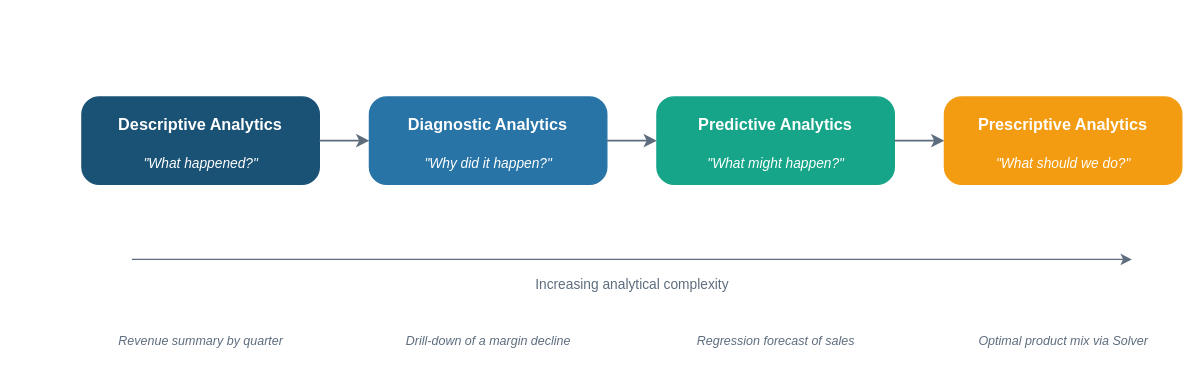
Before: visuals/src/fig-01-01-analytics-continuum.drawio in mmcodesso/Accounting_Analytics_Book, a draw.io diagram. Source tidied: cells renumbered, new cells numbered last; positions are measured from the earlier drawing's top-left corner, leaving out a move shared by most shapes. Both pictures are drawn from the tidied source at 125%, with x=0, y=0 at pixel (81, 96).
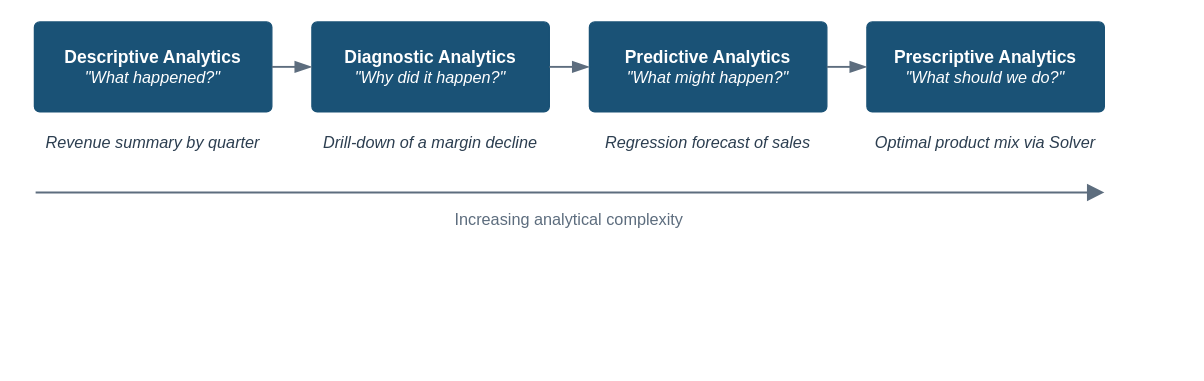
The same page after the edit.

Change to the diagram source:
```diff
@@
-<mxGraphModel>
+<mxGraphModel background="#FFFFFF">
   <root>
     <mxCell id="0" />
     <mxCell id="1" parent="0" />
-    <mxCell id="2" value="Descriptive Analytics" style="rounded=1;whiteSpace=wrap;html=1;fillColor=#1A5276;fontColor=#FFFFFF;strokeColor=#1A5276;fontSize=13;fontStyle=1;fontFamily=Arial;arcSize=20;verticalAlign=top;spacingTop=8;" parent="1" vertex="1">
-      <mxGeometry width="190" height="70" as="geometry" />
-    </mxCell>
-    <mxCell id="3" value="&quot;What happened?&quot;" style="text;html=1;align=center;verticalAlign=middle;fontColor=#FFFFFF;fontSize=11;fontStyle=2;fontFamily=Arial;" parent="2" vertex="1">
-      <mxGeometry x="20" y="38" width="150" height="30" as="geometry" />
-    </mxCell>
-    <mxCell id="4" style="edgeStyle=orthogonalEdgeStyle;rounded=0;jettySize=auto;exitX=1;exitY=0.5;exitDx=0;exitDy=0;entryX=0;entryY=0.5;entryDx=0;entryDy=0;strokeColor=#5D6D7E;strokeWidth=1.5;" parent="1" edge="1" source="2" target="5">
-      <mxGeometry relative="1" as="geometry" />
-    </mxCell>
-    <mxCell id="5" value="Diagnostic Analytics" style="rounded=1;whiteSpace=wrap;html=1;fillColor=#2874A6;fontColor=#FFFFFF;strokeColor=#2874A6;fontSize=13;fontStyle=1;fontFamily=Arial;arcSize=20;verticalAlign=top;spacingTop=8;" parent="1" vertex="1">
-      <mxGeometry x="230" width="190" height="70" as="geometry" />
-    </mxCell>
-    <mxCell id="6" value="&quot;Why did it happen?&quot;" style="text;html=1;align=center;verticalAlign=middle;fontColor=#FFFFFF;fontSize=11;fontStyle=2;fontFamily=Arial;" parent="5" vertex="1">
-      <mxGeometry x="20" y="38" width="150" height="30" as="geometry" />
-    </mxCell>
-    <mxCell id="7" style="edgeStyle=orthogonalEdgeStyle;rounded=0;jettySize=auto;exitX=1;exitY=0.5;exitDx=0;exitDy=0;entryX=0;entryY=0.5;entryDx=0;entryDy=0;strokeColor=#5D6D7E;strokeWidth=1.5;" parent="1" edge="1" source="5" target="8">
-      <mxGeometry relative="1" as="geometry" />
-    </mxCell>
-    <mxCell id="8" value="Predictive Analytics" style="rounded=1;whiteSpace=wrap;html=1;fillColor=#17A589;fontColor=#FFFFFF;strokeColor=#17A589;fontSize=13;fontStyle=1;fontFamily=Arial;arcSize=20;verticalAlign=top;spacingTop=8;" parent="1" vertex="1">
-      <mxGeometry x="460" width="190" height="70" as="geometry" />
-    </mxCell>
-    <mxCell id="9" value="&quot;What might happen?&quot;" style="text;html=1;align=center;verticalAlign=middle;fontColor=#FFFFFF;fontSize=11;fontStyle=2;fontFamily=Arial;" parent="8" vertex="1">
-      <mxGeometry x="10" y="38" width="170" height="30" as="geometry" />
-    </mxCell>
-    <mxCell id="10" style="edgeStyle=orthogonalEdgeStyle;rounded=0;jettySize=auto;exitX=1;exitY=0.5;exitDx=0;exitDy=0;entryX=0;entryY=0.5;entryDx=0;entryDy=0;strokeColor=#5D6D7E;strokeWidth=1.5;" parent="1" edge="1" source="8" target="11">
-      <mxGeometry relative="1" as="geometry" />
-    </mxCell>
-    <mxCell id="11" value="Prescriptive Analytics" style="rounded=1;whiteSpace=wrap;html=1;fillColor=#F39C12;fontColor=#FFFFFF;strokeColor=#F39C12;fontSize=13;fontStyle=1;fontFamily=Arial;arcSize=20;verticalAlign=top;spacingTop=8;" parent="1" vertex="1">
-      <mxGeometry x="690" width="190" height="70" as="geometry" />
-    </mxCell>
-    <mxCell id="12" value="&quot;What should we do?&quot;" style="text;html=1;align=center;verticalAlign=middle;fontColor=#FFFFFF;fontSize=11;fontStyle=2;fontFamily=Arial;" parent="11" vertex="1">
-      <mxGeometry x="10" y="38" width="170" height="30" as="geometry" />
-    </mxCell>
-    <mxCell id="13" style="endArrow=classic;html=1;strokeColor=#5D6D7E;strokeWidth=1;exitX=0;exitY=0.5;exitDx=0;exitDy=0;" parent="1" edge="1">
-      <mxGeometry relative="1" as="geometry">
-        <mxPoint x="40" y="130" as="sourcePoint" />
-        <mxPoint x="840" y="130" as="targetPoint" />
-      </mxGeometry>
-    </mxCell>
+    <mxCell id="19" style="rounded=0;html=1;fillColor=none;strokeColor=none;" parent="1" vertex="1">
+      <mxGeometry x="-40" y="-60" width="860" height="166" as="geometry" />
+    </mxCell>
+    <mxCell id="20" value="&lt;font style=&quot;font-size:14px&quot;&gt;&lt;b&gt;Descriptive Analytics&lt;/b&gt;&lt;/font&gt;&lt;br&gt;&lt;font color=&quot;#FFFFFF&quot;&gt;&lt;i&gt;&quot;What happened?&quot;&lt;/i&gt;&lt;/font&gt;" style="rounded=1;arcSize=6;whiteSpace=wrap;html=1;fillColor=#1A5276;strokeColor=#1A5276;strokeWidth=1;fontColor=#FFFFFF;fontSize=13;fontStyle=0;align=center;verticalAlign=middle;fontFamily=Helvetica;spacingLeft=6;spacingRight=6;" parent="1" vertex="1">
+      <mxGeometry x="-38" y="-60" width="190" height="72" as="geometry" />
+    </mxCell>
+    <mxCell id="15" value="&lt;i&gt;Revenue summary by quarter&lt;/i&gt;" style="text;html=1;whiteSpace=wrap;align=center;verticalAlign=top;fontSize=13;fontColor=#2C3E50;fontStyle=0;fontFamily=Helvetica;spacing=2;fillColor=none;strokeColor=none;" parent="1" vertex="1">
+      <mxGeometry x="-38" y="22" width="190" height="36" as="geometry" />
+    </mxCell>
+    <mxCell id="21" value="&lt;font style=&quot;font-size:14px&quot;&gt;&lt;b&gt;Diagnostic Analytics&lt;/b&gt;&lt;/font&gt;&lt;br&gt;&lt;font color=&quot;#FFFFFF&quot;&gt;&lt;i&gt;&quot;Why did it happen?&quot;&lt;/i&gt;&lt;/font&gt;" style="rounded=1;arcSize=6;whiteSpace=wrap;html=1;fillColor=#1A5276;strokeColor=#1A5276;strokeWidth=1;fontColor=#FFFFFF;fontSize=13;fontStyle=0;align=center;verticalAlign=middle;fontFamily=Helvetica;spacingLeft=6;spacingRight=6;" parent="1" vertex="1">
+      <mxGeometry x="184" y="-60" width="190" height="72" as="geometry" />
+    </mxCell>
+    <mxCell id="16" value="&lt;i&gt;Drill-down of a margin decline&lt;/i&gt;" style="text;html=1;whiteSpace=wrap;align=center;verticalAlign=top;fontSize=13;fontColor=#2C3E50;fontStyle=0;fontFamily=Helvetica;spacing=2;fillColor=none;strokeColor=none;" parent="1" vertex="1">
+      <mxGeometry x="184" y="22" width="190" height="36" as="geometry" />
+    </mxCell>
+    <mxCell id="22" value="&lt;font style=&quot;font-size:14px&quot;&gt;&lt;b&gt;Predictive Analytics&lt;/b&gt;&lt;/font&gt;&lt;br&gt;&lt;font color=&quot;#FFFFFF&quot;&gt;&lt;i&gt;&quot;What might happen?&quot;&lt;/i&gt;&lt;/font&gt;" style="rounded=1;arcSize=6;whiteSpace=wrap;html=1;fillColor=#1A5276;strokeColor=#1A5276;strokeWidth=1;fontColor=#FFFFFF;fontSize=13;fontStyle=0;align=center;verticalAlign=middle;fontFamily=Helvetica;spacingLeft=6;spacingRight=6;" parent="1" vertex="1">
+      <mxGeometry x="406" y="-60" width="190" height="72" as="geometry" />
+    </mxCell>
+    <mxCell id="17" value="&lt;i&gt;Regression forecast of sales&lt;/i&gt;" style="text;html=1;whiteSpace=wrap;align=center;verticalAlign=top;fontSize=13;fontColor=#2C3E50;fontStyle=0;fontFamily=Helvetica;spacing=2;fillColor=none;strokeColor=none;" parent="1" vertex="1">
+      <mxGeometry x="406" y="22" width="190" height="36" as="geometry" />
+    </mxCell>
+    <mxCell id="23" value="&lt;font style=&quot;font-size:14px&quot;&gt;&lt;b&gt;Prescriptive Analytics&lt;/b&gt;&lt;/font&gt;&lt;br&gt;&lt;font color=&quot;#FFFFFF&quot;&gt;&lt;i&gt;&quot;What should we do?&quot;&lt;/i&gt;&lt;/font&gt;" style="rounded=1;arcSize=6;whiteSpace=wrap;html=1;fillColor=#1A5276;strokeColor=#1A5276;strokeWidth=1;fontColor=#FFFFFF;fontSize=13;fontStyle=0;align=center;verticalAlign=middle;fontFamily=Helvetica;spacingLeft=6;spacingRight=6;" parent="1" vertex="1">
+      <mxGeometry x="628" y="-60" width="190" height="72" as="geometry" />
+    </mxCell>
+    <mxCell id="18" value="&lt;i&gt;Optimal product mix via Solver&lt;/i&gt;" style="text;html=1;whiteSpace=wrap;align=center;verticalAlign=top;fontSize=13;fontColor=#2C3E50;fontStyle=0;fontFamily=Helvetica;spacing=2;fillColor=none;strokeColor=none;" parent="1" vertex="1">
+      <mxGeometry x="628" y="22" width="190" height="36" as="geometry" />
+    </mxCell>
+    <mxCell id="24" style="edgeStyle=orthogonalEdgeStyle;rounded=1;html=1;startArrow=none;endArrow=blockThin;startFill=0;endFill=1;startSize=10;endSize=10;strokeColor=#5D6D7E;strokeWidth=1.5;fontSize=12;fontColor=#2C3E50;fontFamily=Helvetica;labelBackgroundColor=#FFFFFF;exitX=1;exitY=0.5;exitDx=0;exitDy=0;entryX=0;entryY=0.5;entryDx=0;entryDy=0;" parent="1" edge="1" source="20" target="21">
+      <mxGeometry relative="1" as="geometry" />
+    </mxCell>
+    <mxCell id="25" style="edgeStyle=orthogonalEdgeStyle;rounded=1;html=1;startArrow=none;endArrow=blockThin;startFill=0;endFill=1;startSize=10;endSize=10;strokeColor=#5D6D7E;strokeWidth=1.5;fontSize=12;fontColor=#2C3E50;fontFamily=Helvetica;labelBackgroundColor=#FFFFFF;exitX=1;exitY=0.5;exitDx=0;exitDy=0;entryX=0;entryY=0.5;entryDx=0;entryDy=0;" parent="1" edge="1" source="21" target="22">
+      <mxGeometry relative="1" as="geometry" />
+    </mxCell>
+    <mxCell id="26" style="edgeStyle=orthogonalEdgeStyle;rounded=1;html=1;startArrow=none;endArrow=blockThin;startFill=0;endFill=1;startSize=10;endSize=10;strokeColor=#5D6D7E;strokeWidth=1.5;fontSize=12;fontColor=#2C3E50;fontFamily=Helvetica;labelBackgroundColor=#FFFFFF;exitX=1;exitY=0.5;exitDx=0;exitDy=0;entryX=0;entryY=0.5;entryDx=0;entryDy=0;" parent="1" edge="1" source="22" target="23">
+      <mxGeometry relative="1" as="geometry" />
+    </mxCell>
+    <mxCell id="27" style="text;html=1;strokeColor=none;fillColor=none;" parent="1" vertex="1">
+      <mxGeometry x="-38" y="76" width="1" height="1" as="geometry" />
+    </mxCell>
+    <mxCell id="28" style="text;html=1;strokeColor=none;fillColor=none;" parent="1" vertex="1">
+      <mxGeometry x="818" y="76" width="1" height="1" as="geometry" />
+    </mxCell>
+    <mxCell id="29" style="edgeStyle=orthogonalEdgeStyle;rounded=1;html=1;startArrow=none;endArrow=block;startFill=0;endFill=1;startSize=10;endSize=10;strokeColor=#5D6D7E;strokeWidth=1.5;fontSize=12;fontColor=#2C3E50;fontFamily=Helvetica;labelBackgroundColor=#FFFFFF;" parent="1" edge="1" source="27" target="28">
+      <mxGeometry relative="1" as="geometry" />
+    </mxCell>
-    <mxCell id="14" value="Increasing analytical complexity" style="text;html=1;align=center;verticalAlign=middle;fontColor=#5D6D7E;fontSize=11;fontFamily=Arial;" parent="1" vertex="1">
-      <mxGeometry x="320" y="135" width="240" height="30" as="geometry" />
+    <mxCell id="14" value="Increasing analytical complexity" style="text;html=1;whiteSpace=wrap;align=center;verticalAlign=top;fontSize=13;fontColor=#5D6D7E;fontStyle=0;fontFamily=Helvetica;spacing=2;fillColor=none;strokeColor=none;" parent="1" vertex="1">
+      <mxGeometry x="190" y="84" width="400" height="20" as="geometry" />
     </mxCell>
-    <mxCell id="15" value="Revenue summary by quarter" style="text;html=1;align=center;verticalAlign=middle;fontColor=#5D6D7E;fontSize=10;fontStyle=2;fontFamily=Arial;" parent="1" vertex="1">
-      <mxGeometry y="180" width="190" height="30" as="geometry" />
-    </mxCell>
-    <mxCell id="16" value="Drill-down of a margin decline" style="text;html=1;align=center;verticalAlign=middle;fontColor=#5D6D7E;fontSize=10;fontStyle=2;fontFamily=Arial;" parent="1" vertex="1">
-      <mxGeometry x="230" y="180" width="190" height="30" as="geometry" />
-    </mxCell>
-    <mxCell id="17" value="Regression forecast of sales" style="text;html=1;align=center;verticalAlign=middle;fontColor=#5D6D7E;fontSize=10;fontStyle=2;fontFamily=Arial;" parent="1" vertex="1">
-      <mxGeometry x="460" y="180" width="190" height="30" as="geometry" />
-    </mxCell>
-    <mxCell id="18" value="Optimal product mix via Solver" style="text;html=1;align=center;verticalAlign=middle;fontColor=#5D6D7E;fontSize=10;fontStyle=2;fontFamily=Arial;" parent="1" vertex="1">
-      <mxGeometry x="690" y="180" width="190" height="30" as="geometry" />
-    </mxCell>
   </root>
 </mxGraphModel>
```
